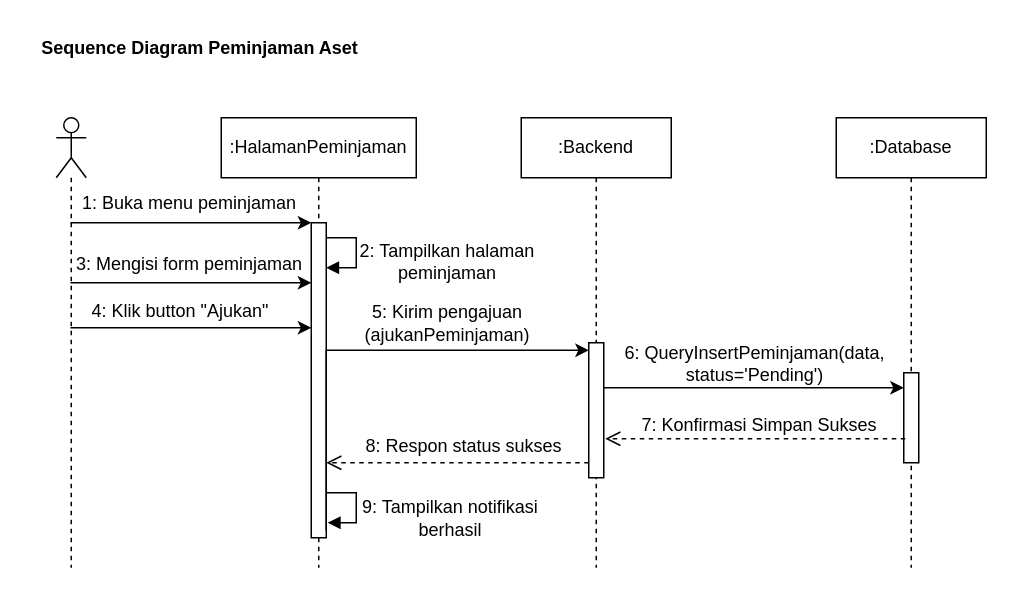
This is Sequence Diagram Peminjaman Aset.drawio from bintangkharisma22/CRUD-Firebase, a draw.io file, before an edit. Source tidied: cells renumbered, new cells numbered last; positions are measured from the earlier drawing's top-left corner, leaving out a move shared by most shapes. Both pictures are drawn from the tidied source at 150%, with x=0, y=0 at pixel (34, 26).
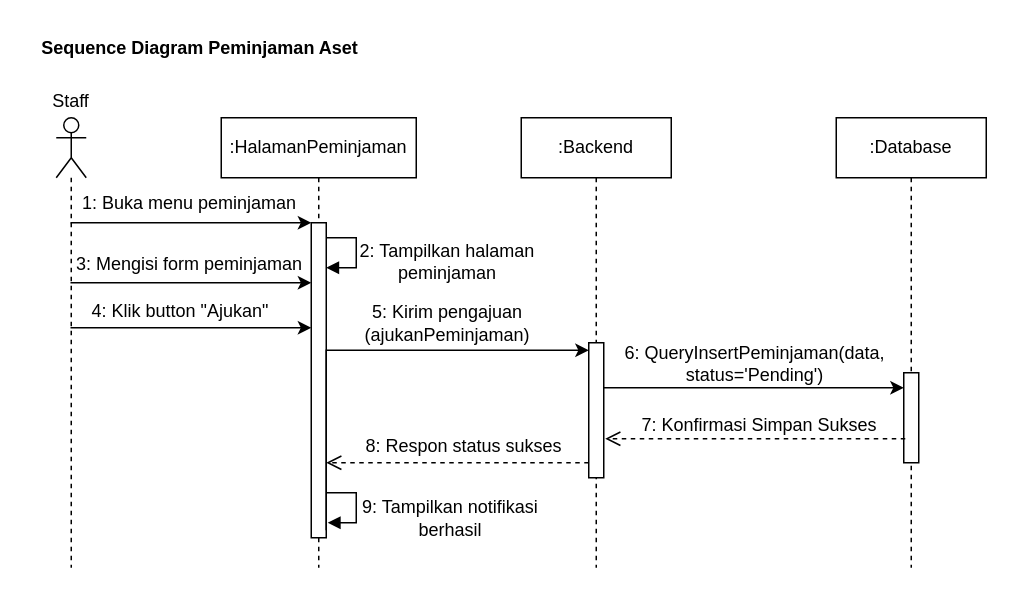
The same diagram, later.

What changed in the source:
```diff
@@
+    <mxCell id="28" value="Staff" style="text;html=1;whiteSpace=wrap;strokeColor=none;fillColor=none;align=center;verticalAlign=middle;rounded=0;" parent="1" vertex="1">
+      <mxGeometry x="-6" y="35" width="60" height="30" as="geometry" />
+    </mxCell>
```
